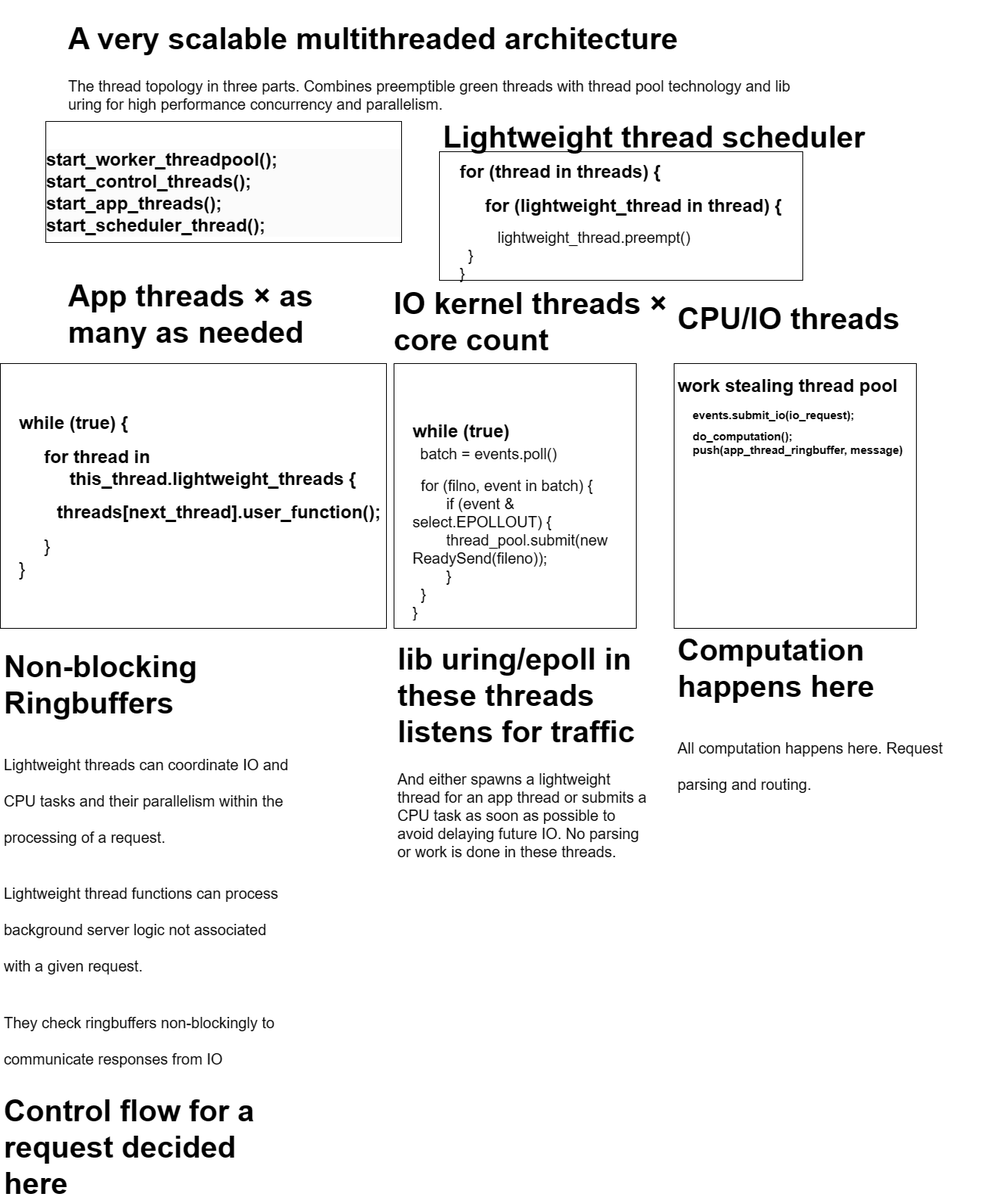
This is NonblockingRuntime.drawio.png from samsquire/three-tier-multithreaded-architecture, a draw.io export, as it was before one commit. Source tidied: cells renumbered, new cells last; positions are measured from the earlier drawing's top-left corner, leaving out a move shared by most shapes.
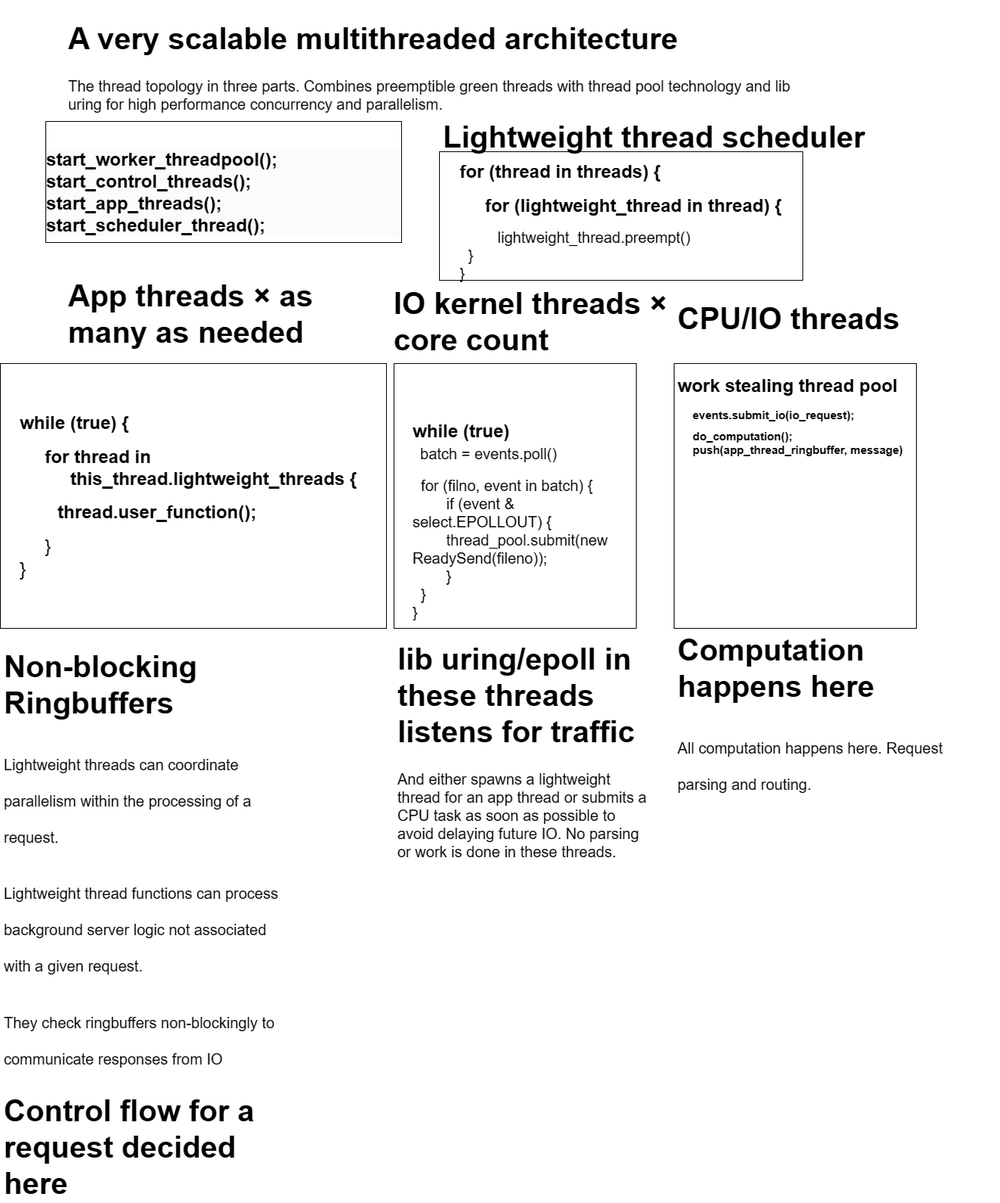
Later version of the same file.

The edit, as a diff of the source:
```diff
@@ -26,13 +26,13 @@
     <mxCell id="9" value="&lt;h1&gt;App threads × as many as needed&lt;/h1&gt;" style="text;html=1;strokeColor=none;fillColor=none;spacing=5;spacingTop=-20;whiteSpace=wrap;overflow=hidden;rounded=0;fontSize=20;" parent="1" vertex="1">
       <mxGeometry x="85" y="340" width="375" height="120" as="geometry" />
     </mxCell>
-    <mxCell id="10" value="&lt;h1&gt;&lt;span style=&quot;background-color: initial;&quot;&gt;&lt;br&gt;while (true) {&lt;/span&gt;&lt;/h1&gt;&lt;div&gt;&lt;span style=&quot;background-color: initial;&quot;&gt;&amp;nbsp; &amp;nbsp; &lt;font style=&quot;font-size: 24px;&quot;&gt;&lt;b&gt;&amp;nbsp; &amp;nbsp;for thread in&lt;/b&gt;&lt;/font&gt;&lt;/span&gt;&lt;/div&gt;&lt;div&gt;&lt;span style=&quot;background-color: initial;&quot;&gt;&lt;font style=&quot;font-size: 24px;&quot;&gt;&lt;b&gt;&amp;nbsp; &amp;nbsp; &amp;nbsp; &amp;nbsp; &amp;nbsp; this_thread.lightweight_threads {&lt;/b&gt;&lt;/font&gt;&lt;/span&gt;&lt;/div&gt;&lt;h1&gt;&lt;span style=&quot;font-size: 12px; font-weight: 400;&quot;&gt;&amp;nbsp;&lt;/span&gt;&amp;nbsp; &amp;nbsp; &amp;nbsp; &amp;nbsp;threads[next_thread].user_function();&lt;/h1&gt;&lt;div&gt;&amp;nbsp; &amp;nbsp; &amp;nbsp; &amp;nbsp; &amp;nbsp; &lt;font style=&quot;font-size: 24px;&quot;&gt;}&lt;/font&gt;&lt;br&gt;&lt;/div&gt;&lt;div&gt;&lt;font style=&quot;font-size: 25px;&quot;&gt;}&lt;/font&gt;&lt;/div&gt;" style="text;html=1;strokeColor=none;fillColor=none;spacing=5;spacingTop=-20;whiteSpace=wrap;overflow=hidden;rounded=0;" parent="1" vertex="1">
-      <mxGeometry x="20" y="500" width="500" height="270" as="geometry" />
+    <mxCell id="10" value="&lt;h1&gt;&lt;span style=&quot;background-color: initial;&quot;&gt;&lt;br&gt;while (true) {&lt;/span&gt;&lt;/h1&gt;&lt;div&gt;&lt;span style=&quot;background-color: initial;&quot;&gt;&amp;nbsp; &amp;nbsp; &lt;font style=&quot;font-size: 24px;&quot;&gt;&lt;b&gt;&amp;nbsp; &amp;nbsp;for thread in&lt;/b&gt;&lt;/font&gt;&lt;/span&gt;&lt;/div&gt;&lt;div&gt;&lt;span style=&quot;background-color: initial;&quot;&gt;&lt;font style=&quot;font-size: 24px;&quot;&gt;&lt;b&gt;&amp;nbsp; &amp;nbsp; &amp;nbsp; &amp;nbsp; &amp;nbsp; this_thread.lightweight_threads {&lt;/b&gt;&lt;/font&gt;&lt;/span&gt;&lt;/div&gt;&lt;h1&gt;&lt;span style=&quot;font-size: 12px; font-weight: 400;&quot;&gt;&amp;nbsp;&lt;/span&gt;&amp;nbsp; &amp;nbsp; &amp;nbsp; &amp;nbsp;thread.user_function();&lt;/h1&gt;&lt;div&gt;&amp;nbsp; &amp;nbsp; &amp;nbsp; &amp;nbsp; &amp;nbsp; &lt;font style=&quot;font-size: 24px;&quot;&gt;}&lt;/font&gt;&lt;br&gt;&lt;/div&gt;&lt;div&gt;&lt;font style=&quot;font-size: 25px;&quot;&gt;}&lt;/font&gt;&lt;/div&gt;" style="text;html=1;strokeColor=none;fillColor=none;spacing=5;spacingTop=-20;whiteSpace=wrap;overflow=hidden;rounded=0;" parent="1" vertex="1">
+      <mxGeometry x="21" y="500" width="500" height="270" as="geometry" />
     </mxCell>
     <mxCell id="11" value="&lt;h1&gt;A very scalable multithreaded architecture&amp;nbsp;&lt;/h1&gt;&lt;p&gt;The thread topology in three parts. Combines preemptible green threads with thread pool technology and lib uring for high performance concurrency and parallelism.&lt;/p&gt;" style="text;html=1;strokeColor=none;fillColor=none;spacing=5;spacingTop=-20;whiteSpace=wrap;overflow=hidden;rounded=0;fontSize=20;" parent="1" vertex="1">
       <mxGeometry x="85" width="985" height="200" as="geometry" />
     </mxCell>
-    <mxCell id="12" value="&lt;h1&gt;&lt;span style=&quot;background-color: initial;&quot;&gt;Non-blocking Ringbuffers&lt;/span&gt;&lt;/h1&gt;&lt;h1&gt;&lt;span style=&quot;background-color: initial; font-size: 20px; font-weight: normal;&quot;&gt;Lightweight threads can coordinate IO and CPU tasks and their parallelism within the processing of a request.&lt;/span&gt;&lt;/h1&gt;&lt;h1&gt;&lt;span style=&quot;background-color: initial; font-size: 20px; font-weight: normal;&quot;&gt;Lightweight thread functions can process background server logic not associated with a given request.&lt;/span&gt;&lt;/h1&gt;&lt;h1&gt;&lt;span style=&quot;background-color: initial; font-size: 20px; font-weight: normal;&quot;&gt;They check ringbuffers non-blockingly to communicate responses from IO&lt;br&gt;&lt;/span&gt;&lt;/h1&gt;&lt;h1 style=&quot;border-color: var(--border-color);&quot;&gt;Control flow for a request&amp;nbsp;decided here&lt;/h1&gt;" style="text;html=1;strokeColor=none;fillColor=none;spacing=5;spacingTop=-20;whiteSpace=wrap;overflow=hidden;rounded=0;fontSize=20;" parent="1" vertex="1">
+    <mxCell id="12" value="&lt;h1&gt;&lt;span style=&quot;background-color: initial;&quot;&gt;Non-blocking Ringbuffers&lt;/span&gt;&lt;/h1&gt;&lt;h1&gt;&lt;span style=&quot;background-color: initial; font-size: 20px; font-weight: normal;&quot;&gt;Lightweight threads can coordinate parallelism within the processing of a request.&lt;/span&gt;&lt;/h1&gt;&lt;h1&gt;&lt;span style=&quot;background-color: initial; font-size: 20px; font-weight: normal;&quot;&gt;Lightweight thread functions can process background server logic not associated with a given request.&lt;/span&gt;&lt;/h1&gt;&lt;h1&gt;&lt;span style=&quot;background-color: initial; font-size: 20px; font-weight: normal;&quot;&gt;They check ringbuffers non-blockingly to communicate responses from IO&lt;br&gt;&lt;/span&gt;&lt;/h1&gt;&lt;h1 style=&quot;border-color: var(--border-color);&quot;&gt;Control flow for a request&amp;nbsp;decided here&lt;/h1&gt;" style="text;html=1;strokeColor=none;fillColor=none;spacing=5;spacingTop=-20;whiteSpace=wrap;overflow=hidden;rounded=0;fontSize=20;" parent="1" vertex="1">
       <mxGeometry y="830" width="390" height="750" as="geometry" />
     </mxCell>
     <mxCell id="13" value="&lt;h1&gt;lib uring/epoll in these threads listens for traffic&lt;/h1&gt;&lt;div&gt;And either spawns a lightweight thread for an app thread or submits a CPU task as soon as possible to avoid delaying future IO. No parsing or work is done in these threads.&lt;/div&gt;" style="text;html=1;strokeColor=none;fillColor=none;spacing=5;spacingTop=-20;whiteSpace=wrap;overflow=hidden;rounded=0;fontSize=20;" parent="1" vertex="1">
```
